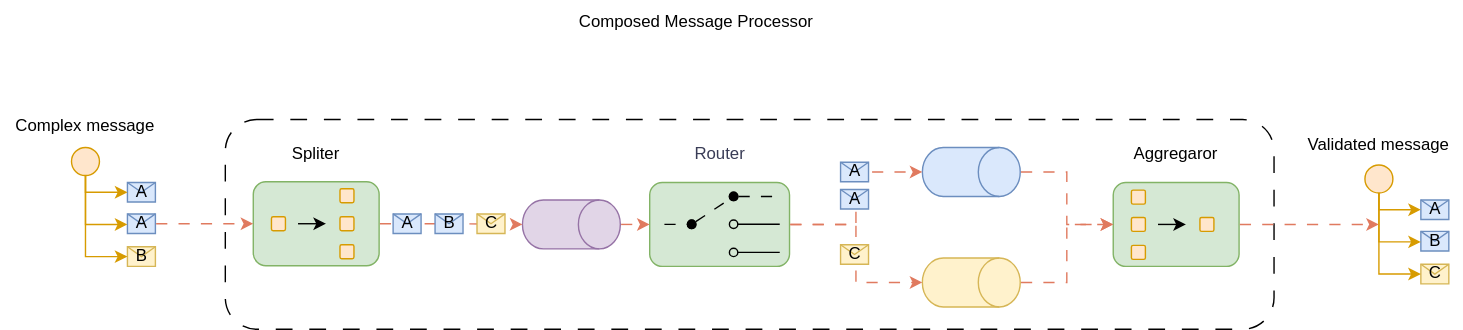
mladenkralev/integration-pattern keeps this draw.io diagram as images/ComposedMessageProcessor.drawio.svg. Above is the earlier version. Source tidied: cells renumbered, new cells last; positions are measured from the earlier drawing's top-left corner, leaving out a move shared by most shapes. Source of this version:
```xml
<mxGraphModel>
  <root>
    <mxCell id="0" />
    <mxCell id="1" parent="0" />
    <mxCell id="2" style="rounded=1;whiteSpace=wrap;html=1;dashed=1;dashPattern=12 12;" parent="1" vertex="1">
      <mxGeometry x="160" y="85" width="750" height="150" as="geometry" />
    </mxCell>
    <mxCell id="3" style="rounded=1;whiteSpace=wrap;html=1;labelBackgroundColor=none;fillColor=#d5e8d4;strokeColor=#82b366;" parent="1" vertex="1">
      <mxGeometry x="463.5" y="130" width="100" height="60" as="geometry" />
    </mxCell>
    <mxCell id="4" value="Router" style="text;html=1;align=center;verticalAlign=middle;whiteSpace=wrap;rounded=0;fontColor=#393C56;" parent="1" vertex="1">
      <mxGeometry x="463.5" y="95" width="100" height="30" as="geometry" />
    </mxCell>
    <mxCell id="5" style="endArrow=none;html=1;rounded=0;startArrow=oval;startFill=0;flowAnimation=1;" parent="1" edge="1">
      <mxGeometry relative="1" as="geometry">
        <mxPoint x="523.5" y="140" as="sourcePoint" />
        <mxPoint x="556.5" y="140" as="targetPoint" />
      </mxGeometry>
    </mxCell>
    <mxCell id="6" style="endArrow=oval;html=1;rounded=0;startArrow=oval;startFill=1;endFill=1;flowAnimation=1;" parent="1" edge="1">
      <mxGeometry relative="1" as="geometry">
        <mxPoint x="493.5" y="160" as="sourcePoint" />
        <mxPoint x="523.5" y="140" as="targetPoint" />
      </mxGeometry>
    </mxCell>
    <mxCell id="7" style="endArrow=none;html=1;rounded=0;startArrow=oval;startFill=0;" parent="1" edge="1">
      <mxGeometry relative="1" as="geometry">
        <mxPoint x="523.5" y="159.9" as="sourcePoint" />
        <mxPoint x="556.5" y="159.9" as="targetPoint" />
      </mxGeometry>
    </mxCell>
    <mxCell id="8" style="endArrow=none;html=1;rounded=0;startArrow=oval;startFill=0;" parent="1" edge="1">
      <mxGeometry relative="1" as="geometry">
        <mxPoint x="523.5" y="180" as="sourcePoint" />
        <mxPoint x="556.5" y="180" as="targetPoint" />
      </mxGeometry>
    </mxCell>
    <mxCell id="9" style="endArrow=oval;html=1;rounded=0;startArrow=none;startFill=0;endFill=0;flowAnimation=1;" parent="1" edge="1">
      <mxGeometry relative="1" as="geometry">
        <mxPoint x="473.5" y="160" as="sourcePoint" />
        <mxPoint x="493.5" y="159.9" as="targetPoint" />
      </mxGeometry>
    </mxCell>
    <mxCell id="10" style="rounded=1;whiteSpace=wrap;html=1;labelBackgroundColor=none;fillColor=#d5e8d4;strokeColor=#82b366;" parent="1" vertex="1">
      <mxGeometry x="180" y="129.5" width="90" height="60" as="geometry" />
    </mxCell>
    <mxCell id="11" style="rounded=1;whiteSpace=wrap;html=1;labelBackgroundColor=none;fillColor=#ffe6cc;strokeColor=#d79b00;arcSize=12;" parent="1" vertex="1">
      <mxGeometry x="193" y="154.5" width="10" height="10" as="geometry" />
    </mxCell>
    <mxCell id="12" style="rounded=1;whiteSpace=wrap;html=1;labelBackgroundColor=none;fillColor=#ffe6cc;strokeColor=#d79b00;arcSize=12;" parent="1" vertex="1">
      <mxGeometry x="242" y="134.5" width="10" height="10" as="geometry" />
    </mxCell>
    <mxCell id="13" style="rounded=1;whiteSpace=wrap;html=1;labelBackgroundColor=none;fillColor=#ffe6cc;strokeColor=#d79b00;arcSize=12;" parent="1" vertex="1">
      <mxGeometry x="242" y="154.5" width="10" height="10" as="geometry" />
    </mxCell>
    <mxCell id="14" style="rounded=1;whiteSpace=wrap;html=1;labelBackgroundColor=none;fillColor=#ffe6cc;strokeColor=#d79b00;arcSize=12;" parent="1" vertex="1">
      <mxGeometry x="242" y="174.5" width="10" height="10" as="geometry" />
    </mxCell>
    <mxCell id="15" style="endArrow=classic;html=1;rounded=0;" parent="1" edge="1">
      <mxGeometry relative="1" as="geometry">
        <mxPoint x="212" y="159.5" as="sourcePoint" />
        <mxPoint x="232" y="159.5" as="targetPoint" />
      </mxGeometry>
    </mxCell>
    <mxCell id="16" value="A" style="shape=message;html=1;outlineConnect=0;labelBackgroundColor=none;fillColor=#dae8fc;strokeColor=#6c8ebf;" parent="1" vertex="1">
      <mxGeometry x="90" y="130" width="20" height="14" as="geometry" />
    </mxCell>
    <mxCell id="17" value="A" style="shape=message;html=1;outlineConnect=0;labelBackgroundColor=none;fillColor=#dae8fc;strokeColor=#6c8ebf;" parent="1" vertex="1">
      <mxGeometry x="90" y="152.5" width="20" height="14" as="geometry" />
    </mxCell>
    <mxCell id="18" value="B" style="shape=message;html=1;outlineConnect=0;labelBackgroundColor=none;fillColor=#fff2cc;strokeColor=#d6b656;" parent="1" vertex="1">
      <mxGeometry x="90" y="176" width="20" height="14" as="geometry" />
    </mxCell>
    <mxCell id="19" style="edgeStyle=orthogonalEdgeStyle;rounded=0;jettySize=auto;html=1;exitX=0.5;exitY=1;exitDx=0;exitDy=0;entryX=0;entryY=0.5;entryDx=0;entryDy=0;fillColor=#ffe6cc;strokeColor=#d79b00;" parent="1" edge="1" source="22" target="16">
      <mxGeometry relative="1" as="geometry">
        <Array as="points">
          <mxPoint x="60" y="137" />
        </Array>
      </mxGeometry>
    </mxCell>
    <mxCell id="20" style="edgeStyle=orthogonalEdgeStyle;rounded=0;jettySize=auto;html=1;fillColor=#ffe6cc;strokeColor=#d79b00;" parent="1" edge="1" source="22" target="17">
      <mxGeometry relative="1" as="geometry">
        <Array as="points">
          <mxPoint x="60" y="160" />
        </Array>
      </mxGeometry>
    </mxCell>
    <mxCell id="21" style="edgeStyle=orthogonalEdgeStyle;rounded=0;jettySize=auto;html=1;fillColor=#ffe6cc;strokeColor=#d79b00;entryX=0;entryY=0.5;entryDx=0;entryDy=0;exitX=0.5;exitY=1;exitDx=0;exitDy=0;" parent="1" edge="1" source="22" target="18">
      <mxGeometry relative="1" as="geometry">
        <Array as="points">
          <mxPoint x="60" y="183" />
        </Array>
      </mxGeometry>
    </mxCell>
    <mxCell id="22" style="ellipse;whiteSpace=wrap;html=1;fillColor=#ffe6cc;strokeColor=#d79b00;" parent="1" vertex="1">
      <mxGeometry x="50" y="105" width="20" height="20" as="geometry" />
    </mxCell>
    <mxCell id="23" value="Complex message" style="text;html=1;align=center;verticalAlign=middle;whiteSpace=wrap;rounded=0;" parent="1" vertex="1">
      <mxGeometry y="75" width="120" height="30" as="geometry" />
    </mxCell>
    <mxCell id="24" style="shape=cylinder3;whiteSpace=wrap;html=1;boundedLbl=1;backgroundOutline=1;size=15;rotation=90;fillColor=#e1d5e7;strokeColor=#9673a6;" parent="1" vertex="1">
      <mxGeometry x="390" y="125" width="35" height="70" as="geometry" />
    </mxCell>
    <mxCell id="25" style="endArrow=classic;html=1;rounded=0;flowAnimation=1;labelBackgroundColor=none;strokeColor=#E07A5F;fontColor=default;entryX=0;entryY=0.5;entryDx=0;entryDy=0;edgeStyle=orthogonalEdgeStyle;exitX=1;exitY=0.5;exitDx=0;exitDy=0;" parent="1" edge="1" source="17" target="10">
      <mxGeometry relative="1" as="geometry" />
    </mxCell>
    <mxCell id="26" style="endArrow=classic;html=1;rounded=0;flowAnimation=1;labelBackgroundColor=none;strokeColor=#E07A5F;fontColor=default;entryX=0.5;entryY=1;entryDx=0;entryDy=0;edgeStyle=orthogonalEdgeStyle;exitX=1;exitY=0.5;exitDx=0;exitDy=0;entryPerimeter=0;" parent="1" edge="1" source="10" target="24">
      <mxGeometry relative="1" as="geometry" />
    </mxCell>
    <mxCell id="27" value="Spliter" style="text;html=1;align=center;verticalAlign=middle;whiteSpace=wrap;rounded=0;" parent="1" vertex="1">
      <mxGeometry x="165" y="94.5" width="120" height="30" as="geometry" />
    </mxCell>
    <mxCell id="28" value="C" style="shape=message;html=1;labelBackgroundColor=none;fillColor=#fff2cc;strokeColor=#d6b656;" parent="1" vertex="1">
      <mxGeometry x="340" y="152.5" width="20" height="14" as="geometry" />
    </mxCell>
    <mxCell id="29" value="B" style="shape=message;html=1;labelBackgroundColor=none;fillColor=#dae8fc;strokeColor=#6c8ebf;" parent="1" vertex="1">
      <mxGeometry x="310" y="152.5" width="20" height="14" as="geometry" />
    </mxCell>
    <mxCell id="30" value="A" style="shape=message;html=1;labelBackgroundColor=none;fillColor=#dae8fc;strokeColor=#6c8ebf;" parent="1" vertex="1">
      <mxGeometry x="280" y="152.5" width="20" height="14" as="geometry" />
    </mxCell>
    <mxCell id="31" style="shape=cylinder3;whiteSpace=wrap;html=1;boundedLbl=1;backgroundOutline=1;size=15;rotation=90;fillColor=#dae8fc;strokeColor=#6c8ebf;" parent="1" vertex="1">
      <mxGeometry x="676" y="87.5" width="35" height="70" as="geometry" />
    </mxCell>
    <mxCell id="32" style="shape=cylinder3;whiteSpace=wrap;html=1;boundedLbl=1;backgroundOutline=1;size=15;rotation=90;fillColor=#fff2cc;strokeColor=#d6b656;" parent="1" vertex="1">
      <mxGeometry x="676" y="166.5" width="35" height="70" as="geometry" />
    </mxCell>
    <mxCell id="33" style="endArrow=classic;html=1;rounded=0;flowAnimation=1;labelBackgroundColor=none;strokeColor=#E07A5F;fontColor=default;entryX=0;entryY=0.5;entryDx=0;entryDy=0;edgeStyle=orthogonalEdgeStyle;exitX=0.5;exitY=0;exitDx=0;exitDy=0;exitPerimeter=0;" parent="1" edge="1" source="24" target="3">
      <mxGeometry relative="1" as="geometry" />
    </mxCell>
    <mxCell id="34" style="endArrow=classic;html=1;rounded=0;flowAnimation=1;labelBackgroundColor=none;strokeColor=#E07A5F;fontColor=default;entryX=0.5;entryY=1;entryDx=0;entryDy=0;edgeStyle=orthogonalEdgeStyle;exitX=1;exitY=0.5;exitDx=0;exitDy=0;entryPerimeter=0;" parent="1" edge="1" source="3" target="31">
      <mxGeometry relative="1" as="geometry" />
    </mxCell>
    <mxCell id="35" style="endArrow=classic;html=1;rounded=0;flowAnimation=1;labelBackgroundColor=none;strokeColor=#E07A5F;fontColor=default;entryX=0.5;entryY=1;entryDx=0;entryDy=0;edgeStyle=orthogonalEdgeStyle;exitX=1;exitY=0.5;exitDx=0;exitDy=0;entryPerimeter=0;" parent="1" edge="1" source="3" target="32">
      <mxGeometry relative="1" as="geometry" />
    </mxCell>
    <mxCell id="36" value="A" style="shape=message;html=1;labelBackgroundColor=none;fillColor=#dae8fc;strokeColor=#6c8ebf;" parent="1" vertex="1">
      <mxGeometry x="600" y="115.5" width="20" height="14" as="geometry" />
    </mxCell>
    <mxCell id="37" value="A" style="shape=message;html=1;labelBackgroundColor=none;fillColor=#dae8fc;strokeColor=#6c8ebf;" parent="1" vertex="1">
      <mxGeometry x="600" y="135" width="20" height="14" as="geometry" />
    </mxCell>
    <mxCell id="38" value="C" style="shape=message;html=1;labelBackgroundColor=none;fillColor=#fff2cc;strokeColor=#d6b656;" parent="1" vertex="1">
      <mxGeometry x="600" y="174.5" width="20" height="14" as="geometry" />
    </mxCell>
    <mxCell id="39" value="Composed Message Processor" style="text;html=1;align=center;verticalAlign=middle;whiteSpace=wrap;rounded=0;" parent="1" vertex="1">
      <mxGeometry x="374" width="246" height="30" as="geometry" />
    </mxCell>
    <mxCell id="40" style="rounded=1;whiteSpace=wrap;html=1;labelBackgroundColor=none;fillColor=#d5e8d4;strokeColor=#82b366;" parent="1" vertex="1">
      <mxGeometry x="795" y="130" width="90" height="60" as="geometry" />
    </mxCell>
    <mxCell id="41" style="rounded=1;whiteSpace=wrap;html=1;labelBackgroundColor=none;fillColor=#ffe6cc;strokeColor=#d79b00;arcSize=12;" parent="1" vertex="1">
      <mxGeometry x="808" y="155" width="10" height="10" as="geometry" />
    </mxCell>
    <mxCell id="42" style="rounded=1;whiteSpace=wrap;html=1;labelBackgroundColor=none;fillColor=#ffe6cc;strokeColor=#d79b00;arcSize=12;" parent="1" vertex="1">
      <mxGeometry x="857" y="155" width="10" height="10" as="geometry" />
    </mxCell>
    <mxCell id="43" style="endArrow=classic;html=1;rounded=0;" parent="1" edge="1">
      <mxGeometry relative="1" as="geometry">
        <mxPoint x="827" y="160" as="sourcePoint" />
        <mxPoint x="847" y="160" as="targetPoint" />
      </mxGeometry>
    </mxCell>
    <mxCell id="44" value="A" style="shape=message;html=1;outlineConnect=0;labelBackgroundColor=none;fillColor=#dae8fc;strokeColor=#6c8ebf;" parent="1" vertex="1">
      <mxGeometry x="1015" y="142.5" width="20" height="14" as="geometry" />
    </mxCell>
    <mxCell id="45" value="B" style="shape=message;html=1;outlineConnect=0;labelBackgroundColor=none;fillColor=#dae8fc;strokeColor=#6c8ebf;" parent="1" vertex="1">
      <mxGeometry x="1015" y="165" width="20" height="14" as="geometry" />
    </mxCell>
    <mxCell id="46" value="C" style="shape=message;html=1;outlineConnect=0;labelBackgroundColor=none;fillColor=#fff2cc;strokeColor=#d6b656;" parent="1" vertex="1">
      <mxGeometry x="1015" y="188.5" width="20" height="14" as="geometry" />
    </mxCell>
    <mxCell id="47" style="edgeStyle=orthogonalEdgeStyle;rounded=0;jettySize=auto;html=1;exitX=0.5;exitY=1;exitDx=0;exitDy=0;entryX=0;entryY=0.5;entryDx=0;entryDy=0;fillColor=#ffe6cc;strokeColor=#d79b00;" parent="1" edge="1" source="50" target="44">
      <mxGeometry relative="1" as="geometry">
        <Array as="points">
          <mxPoint x="985" y="149.5" />
        </Array>
      </mxGeometry>
    </mxCell>
    <mxCell id="48" style="edgeStyle=orthogonalEdgeStyle;rounded=0;jettySize=auto;html=1;fillColor=#ffe6cc;strokeColor=#d79b00;" parent="1" edge="1" source="50" target="45">
      <mxGeometry relative="1" as="geometry">
        <Array as="points">
          <mxPoint x="985" y="172.5" />
        </Array>
      </mxGeometry>
    </mxCell>
    <mxCell id="49" style="edgeStyle=orthogonalEdgeStyle;rounded=0;jettySize=auto;html=1;fillColor=#ffe6cc;strokeColor=#d79b00;entryX=0;entryY=0.5;entryDx=0;entryDy=0;exitX=0.5;exitY=1;exitDx=0;exitDy=0;" parent="1" edge="1" source="50" target="46">
      <mxGeometry relative="1" as="geometry">
        <Array as="points">
          <mxPoint x="985" y="195.5" />
        </Array>
      </mxGeometry>
    </mxCell>
    <mxCell id="50" style="ellipse;whiteSpace=wrap;html=1;fillColor=#ffe6cc;strokeColor=#d79b00;" parent="1" vertex="1">
      <mxGeometry x="975" y="117.5" width="20" height="20" as="geometry" />
    </mxCell>
    <mxCell id="51" value="Validated message" style="text;html=1;align=center;verticalAlign=middle;whiteSpace=wrap;rounded=0;" parent="1" vertex="1">
      <mxGeometry x="925" y="87.5" width="120" height="30" as="geometry" />
    </mxCell>
    <mxCell id="52" value="Aggregaror" style="text;html=1;align=center;verticalAlign=middle;whiteSpace=wrap;rounded=0;" parent="1" vertex="1">
      <mxGeometry x="780" y="95" width="120" height="30" as="geometry" />
    </mxCell>
    <mxCell id="53" style="rounded=1;whiteSpace=wrap;html=1;labelBackgroundColor=none;fillColor=#ffe6cc;strokeColor=#d79b00;arcSize=12;" parent="1" vertex="1">
      <mxGeometry x="808" y="135.5" width="10" height="10" as="geometry" />
    </mxCell>
    <mxCell id="54" style="rounded=1;whiteSpace=wrap;html=1;labelBackgroundColor=none;fillColor=#ffe6cc;strokeColor=#d79b00;arcSize=12;" parent="1" vertex="1">
      <mxGeometry x="808" y="175" width="10" height="10" as="geometry" />
    </mxCell>
    <mxCell id="55" style="endArrow=classic;html=1;rounded=0;flowAnimation=1;labelBackgroundColor=none;strokeColor=#E07A5F;fontColor=default;exitX=1;exitY=0.5;exitDx=0;exitDy=0;edgeStyle=orthogonalEdgeStyle;" parent="1" edge="1" source="40">
      <mxGeometry relative="1" as="geometry">
        <mxPoint x="985" y="160" as="targetPoint" />
      </mxGeometry>
    </mxCell>
    <mxCell id="56" style="endArrow=classic;html=1;rounded=0;flowAnimation=1;labelBackgroundColor=none;strokeColor=#E07A5F;fontColor=default;exitX=0.5;exitY=0;exitDx=0;exitDy=0;edgeStyle=orthogonalEdgeStyle;entryX=0;entryY=0.5;entryDx=0;entryDy=0;exitPerimeter=0;" parent="1" edge="1" source="31" target="40">
      <mxGeometry relative="1" as="geometry" />
    </mxCell>
    <mxCell id="57" style="endArrow=classic;html=1;rounded=0;flowAnimation=1;labelBackgroundColor=none;strokeColor=#E07A5F;fontColor=default;exitX=0.5;exitY=0;exitDx=0;exitDy=0;edgeStyle=orthogonalEdgeStyle;entryX=0;entryY=0.5;entryDx=0;entryDy=0;exitPerimeter=0;" parent="1" edge="1" source="32" target="40">
      <mxGeometry relative="1" as="geometry" />
    </mxCell>
  </root>
</mxGraphModel>
```
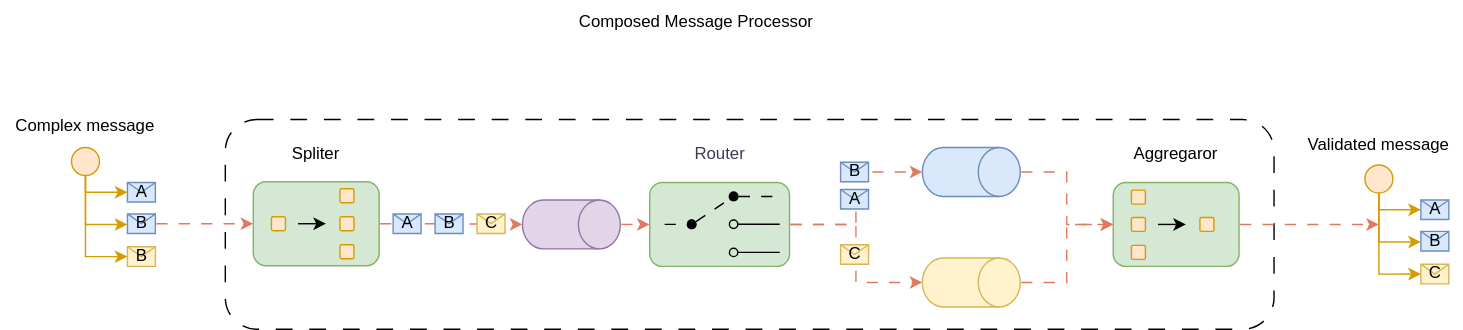
The same diagram one commit later.

Change to the diagram source:
```diff
@@ -65,7 +65,7 @@
     <mxCell id="16" value="A" style="shape=message;html=1;outlineConnect=0;labelBackgroundColor=none;fillColor=#dae8fc;strokeColor=#6c8ebf;" parent="1" vertex="1">
       <mxGeometry x="90" y="130" width="20" height="14" as="geometry" />
     </mxCell>
-    <mxCell id="17" value="A" style="shape=message;html=1;outlineConnect=0;labelBackgroundColor=none;fillColor=#dae8fc;strokeColor=#6c8ebf;" parent="1" vertex="1">
+    <mxCell id="17" value="B" style="shape=message;html=1;outlineConnect=0;labelBackgroundColor=none;fillColor=#dae8fc;strokeColor=#6c8ebf;" parent="1" vertex="1">
       <mxGeometry x="90" y="152.5" width="20" height="14" as="geometry" />
     </mxCell>
     <mxCell id="18" value="B" style="shape=message;html=1;outlineConnect=0;labelBackgroundColor=none;fillColor=#fff2cc;strokeColor=#d6b656;" parent="1" vertex="1">
@@ -134,7 +134,7 @@
     <mxCell id="35" style="endArrow=classic;html=1;rounded=0;flowAnimation=1;labelBackgroundColor=none;strokeColor=#E07A5F;fontColor=default;entryX=0.5;entryY=1;entryDx=0;entryDy=0;edgeStyle=orthogonalEdgeStyle;exitX=1;exitY=0.5;exitDx=0;exitDy=0;entryPerimeter=0;" parent="1" edge="1" source="3" target="32">
       <mxGeometry relative="1" as="geometry" />
     </mxCell>
-    <mxCell id="36" value="A" style="shape=message;html=1;labelBackgroundColor=none;fillColor=#dae8fc;strokeColor=#6c8ebf;" parent="1" vertex="1">
+    <mxCell id="36" value="B" style="shape=message;html=1;labelBackgroundColor=none;fillColor=#dae8fc;strokeColor=#6c8ebf;" parent="1" vertex="1">
       <mxGeometry x="600" y="115.5" width="20" height="14" as="geometry" />
     </mxCell>
     <mxCell id="37" value="A" style="shape=message;html=1;labelBackgroundColor=none;fillColor=#dae8fc;strokeColor=#6c8ebf;" parent="1" vertex="1">
```
